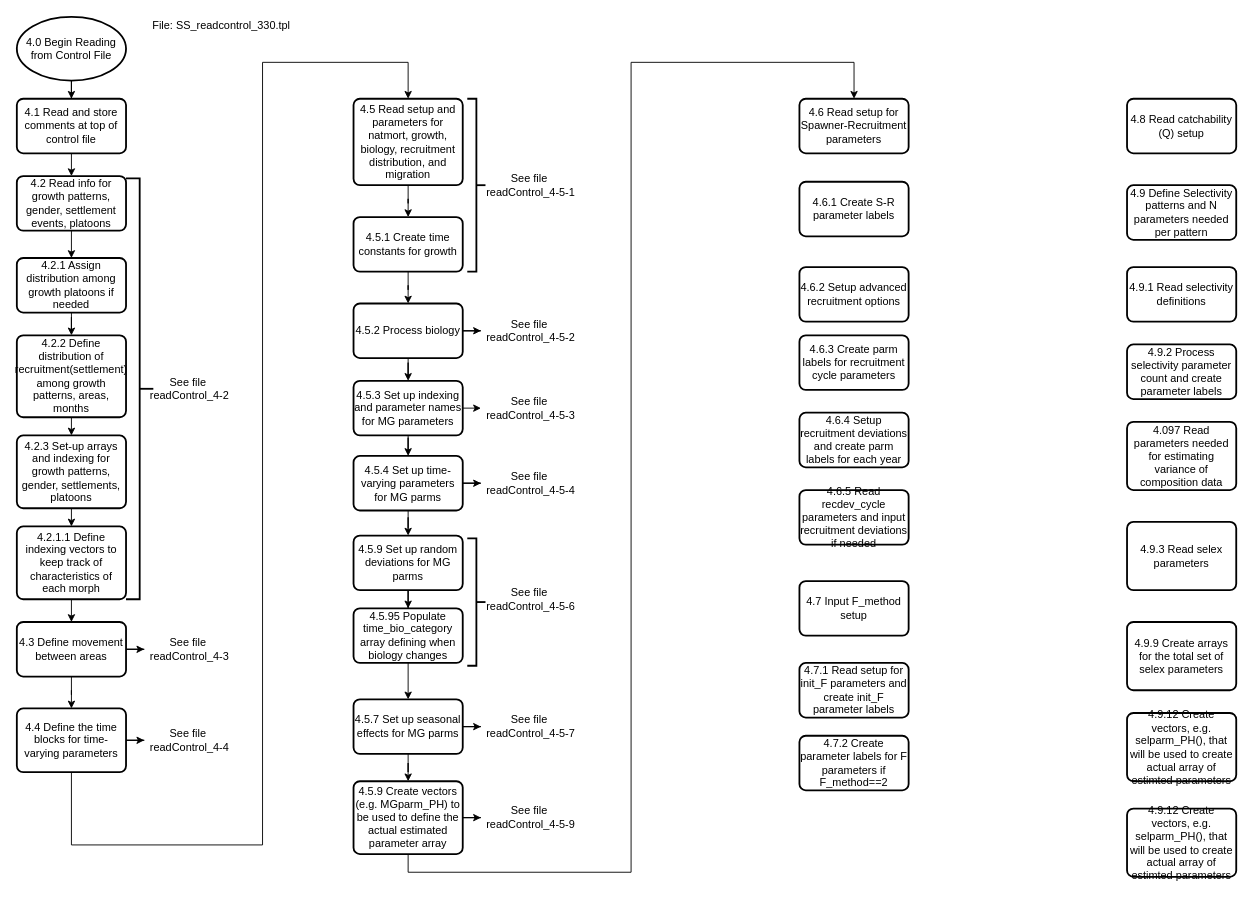
This is readControl.drawio from nmfs-ost/ss3-flowcharts, a draw.io file, before an edit. Source tidied: cells renumbered, new cells numbered last; positions are measured from the earlier drawing's top-left corner, leaving out a move shared by most shapes. Both pictures are drawn from the tidied source at 91%, with x=0, y=0 at pixel (16, 16).
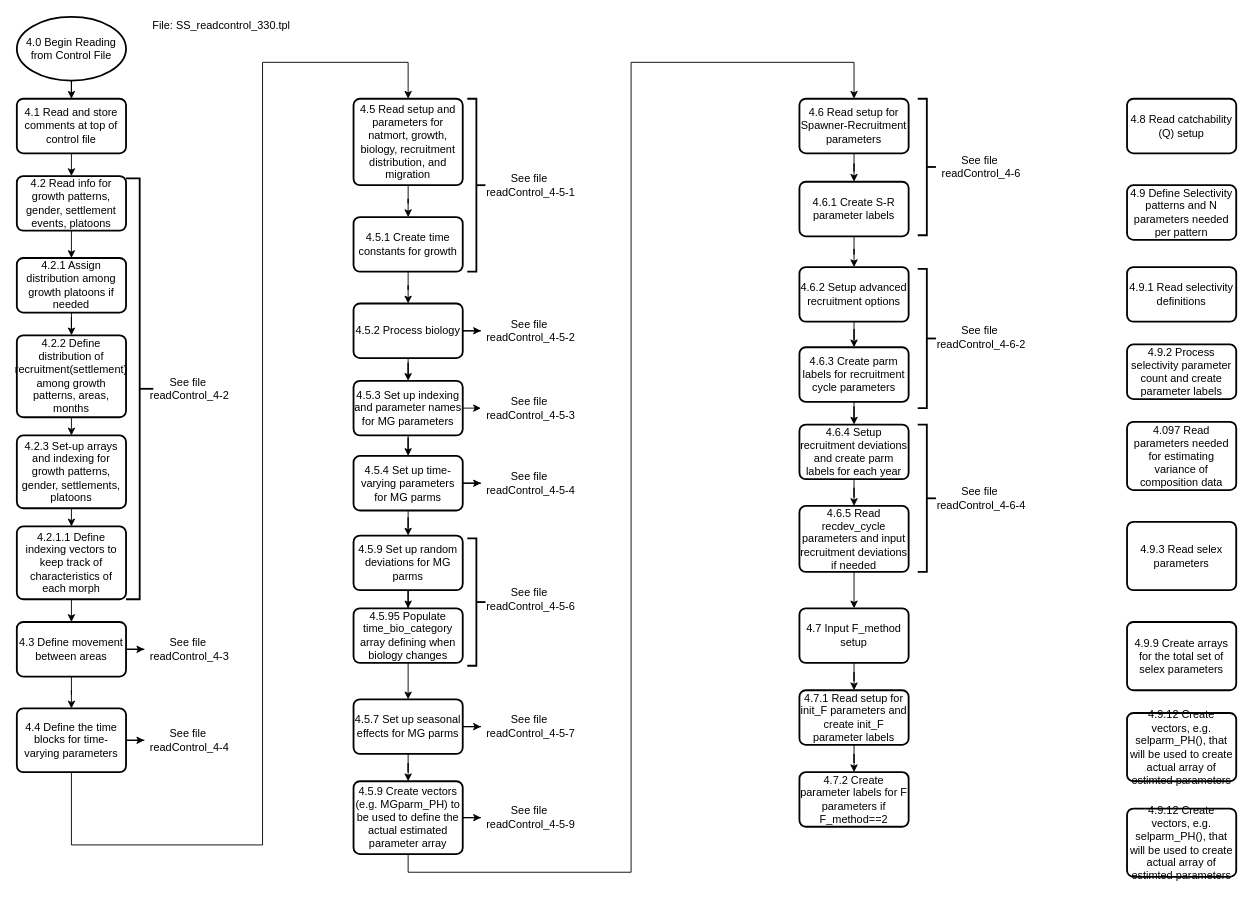
The same diagram, later.

The change refers to these unchanged cells:
```xml
<mxCell id="46" value="4.6 Read setup for Spawner-Recruitment parameters" style="rounded=1;whiteSpace=wrap;html=1;absoluteArcSize=1;arcSize=14;strokeWidth=2;" parent="1" vertex="1">
  <mxGeometry x="860" y="90" width="120" height="60" as="geometry" />
</mxCell>
<mxCell id="47" value="4.6.1 Create S-R parameter labels" style="rounded=1;whiteSpace=wrap;html=1;absoluteArcSize=1;arcSize=14;strokeWidth=2;" parent="1" vertex="1">
  <mxGeometry x="860" y="181.2" width="120" height="60" as="geometry" />
</mxCell>
<mxCell id="48" value="4.6.2 Setup advanced recruitment options" style="rounded=1;whiteSpace=wrap;html=1;absoluteArcSize=1;arcSize=14;strokeWidth=2;" parent="1" vertex="1">
  <mxGeometry x="860" y="275" width="120" height="60" as="geometry" />
</mxCell>
```

What changed in the source:
```diff
@@
+    <mxCell id="77" style="edgeStyle=orthogonalEdgeStyle;rounded=0;jettySize=auto;html=1;" parent="1" edge="1" source="46" target="47">
+      <mxGeometry relative="1" as="geometry" />
+    </mxCell>
@@
+    <mxCell id="78" style="edgeStyle=orthogonalEdgeStyle;rounded=0;jettySize=auto;html=1;" parent="1" edge="1" source="47" target="48">
+      <mxGeometry relative="1" as="geometry" />
+    </mxCell>
@@
+    <mxCell id="79" style="edgeStyle=orthogonalEdgeStyle;rounded=0;jettySize=auto;html=1;" parent="1" edge="1" source="48" target="49">
+      <mxGeometry relative="1" as="geometry" />
+    </mxCell>
@@
+    <mxCell id="80" style="edgeStyle=orthogonalEdgeStyle;rounded=0;jettySize=auto;html=1;" parent="1" edge="1" source="49" target="50">
+      <mxGeometry relative="1" as="geometry" />
+    </mxCell>
     <mxCell id="49" value="4.6.3 Create parm labels for recruitment cycle parameters" style="rounded=1;whiteSpace=wrap;html=1;absoluteArcSize=1;arcSize=14;strokeWidth=2;" parent="1" vertex="1">
-      <mxGeometry x="860" y="350" width="120" height="60" as="geometry" />
+      <mxGeometry x="860" y="363.1" width="120" height="60" as="geometry" />
     </mxCell>
+    <mxCell id="81" style="edgeStyle=orthogonalEdgeStyle;rounded=0;jettySize=auto;html=1;" parent="1" edge="1" source="50" target="51">
+      <mxGeometry relative="1" as="geometry" />
+    </mxCell>
     <mxCell id="50" value="4.6.4 Setup recruitment deviations and create parm labels for each year" style="rounded=1;whiteSpace=wrap;html=1;absoluteArcSize=1;arcSize=14;strokeWidth=2;" parent="1" vertex="1">
-      <mxGeometry x="860" y="435" width="120" height="60" as="geometry" />
+      <mxGeometry x="860" y="448.1" width="120" height="60" as="geometry" />
     </mxCell>
+    <mxCell id="82" style="edgeStyle=orthogonalEdgeStyle;rounded=0;jettySize=auto;html=1;" parent="1" edge="1" source="51" target="52">
+      <mxGeometry relative="1" as="geometry" />
+    </mxCell>
     <mxCell id="51" value="4.6.5 Read recdev_cycle parameters and input recruitment deviations if needed" style="rounded=1;whiteSpace=wrap;html=1;absoluteArcSize=1;arcSize=14;strokeWidth=2;" parent="1" vertex="1">
-      <mxGeometry x="860" y="520" width="120" height="60" as="geometry" />
+      <mxGeometry x="860" y="537.5" width="120" height="72.5" as="geometry" />
     </mxCell>
+    <mxCell id="83" style="edgeStyle=orthogonalEdgeStyle;rounded=0;jettySize=auto;html=1;" parent="1" edge="1" source="52" target="53">
+      <mxGeometry relative="1" as="geometry" />
+    </mxCell>
     <mxCell id="52" value="4.7 Input F_method setup" style="rounded=1;whiteSpace=wrap;html=1;absoluteArcSize=1;arcSize=14;strokeWidth=2;" parent="1" vertex="1">
-      <mxGeometry x="860" y="620" width="120" height="60" as="geometry" />
+      <mxGeometry x="860" y="650" width="120" height="60" as="geometry" />
     </mxCell>
+    <mxCell id="84" style="edgeStyle=orthogonalEdgeStyle;rounded=0;jettySize=auto;html=1;" parent="1" edge="1" source="53" target="54">
+      <mxGeometry relative="1" as="geometry" />
+    </mxCell>
     <mxCell id="53" value="4.7.1 Read setup for init_F parameters and create init_F parameter labels" style="rounded=1;whiteSpace=wrap;html=1;absoluteArcSize=1;arcSize=14;strokeWidth=2;" parent="1" vertex="1">
-      <mxGeometry x="860" y="710" width="120" height="60" as="geometry" />
+      <mxGeometry x="860" y="740" width="120" height="60" as="geometry" />
     </mxCell>
     <mxCell id="54" value="4.7.2 Create parameter labels for F parameters if F_method==2" style="rounded=1;whiteSpace=wrap;html=1;absoluteArcSize=1;arcSize=14;strokeWidth=2;" parent="1" vertex="1">
-      <mxGeometry x="860" y="790" width="120" height="60" as="geometry" />
+      <mxGeometry x="860" y="830" width="120" height="60" as="geometry" />
     </mxCell>
@@
+    <mxCell id="85" style="strokeWidth=2;html=1;shape=mxgraph.flowchart.annotation_2;align=left;labelPosition=right;direction=west;" parent="1" vertex="1">
+      <mxGeometry x="990" y="90" width="20" height="150" as="geometry" />
+    </mxCell>
+    <mxCell id="86" value="&lt;span&gt;See file&amp;nbsp;&lt;/span&gt;&lt;br&gt;&lt;span&gt;readControl_4-6&lt;/span&gt;" style="text;html=1;strokeColor=none;fillColor=none;align=center;verticalAlign=middle;whiteSpace=wrap;rounded=0;" parent="1" vertex="1">
+      <mxGeometry x="1005" y="146.9" width="110" height="36.2" as="geometry" />
+    </mxCell>
+    <mxCell id="87" style="strokeWidth=2;html=1;shape=mxgraph.flowchart.annotation_2;align=left;labelPosition=right;direction=west;" parent="1" vertex="1">
+      <mxGeometry x="990" y="276.9" width="20" height="153.1" as="geometry" />
+    </mxCell>
+    <mxCell id="88" value="&lt;span&gt;See file&amp;nbsp;&lt;/span&gt;&lt;br&gt;&lt;span&gt;readControl_4-6-2&lt;/span&gt;" style="text;html=1;strokeColor=none;fillColor=none;align=center;verticalAlign=middle;whiteSpace=wrap;rounded=0;" parent="1" vertex="1">
+      <mxGeometry x="1005" y="333.8" width="110" height="36.2" as="geometry" />
+    </mxCell>
+    <mxCell id="89" style="strokeWidth=2;html=1;shape=mxgraph.flowchart.annotation_2;align=left;labelPosition=right;direction=west;" parent="1" vertex="1">
+      <mxGeometry x="990" y="448.2" width="20" height="161.8" as="geometry" />
+    </mxCell>
+    <mxCell id="90" value="&lt;span&gt;See file&amp;nbsp;&lt;/span&gt;&lt;br&gt;&lt;span&gt;readControl_4-6-4&lt;/span&gt;" style="text;html=1;strokeColor=none;fillColor=none;align=center;verticalAlign=middle;whiteSpace=wrap;rounded=0;" parent="1" vertex="1">
+      <mxGeometry x="1005" y="511" width="110" height="36.2" as="geometry" />
+    </mxCell>
```
